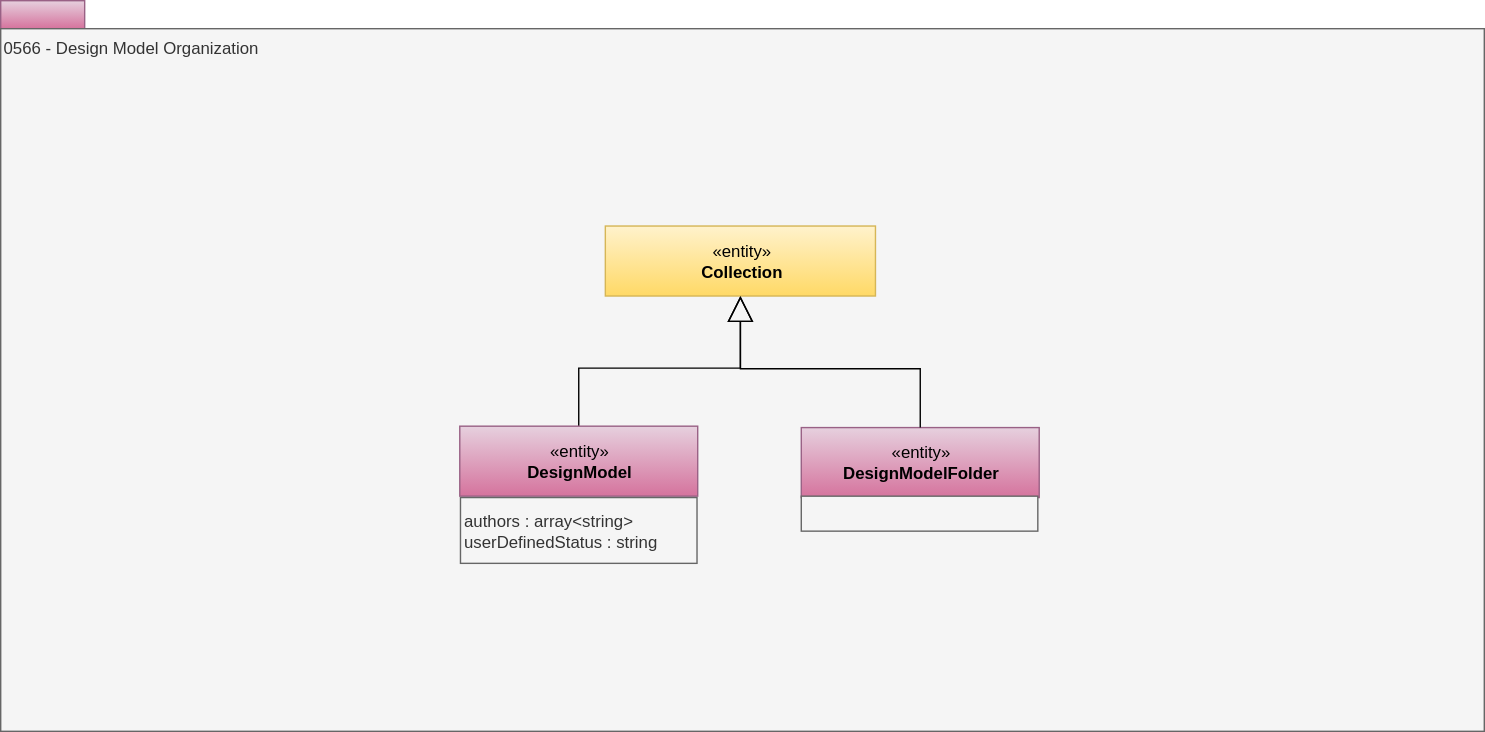
Earlier version of the draw.io export site/docs/types/5/0566-Design-Model-Organization.svg (odpi/egeria-docs). Source tidied: cells renumbered, new cells last; positions are measured from the earlier drawing's top-left corner, leaving out a move shared by most shapes.
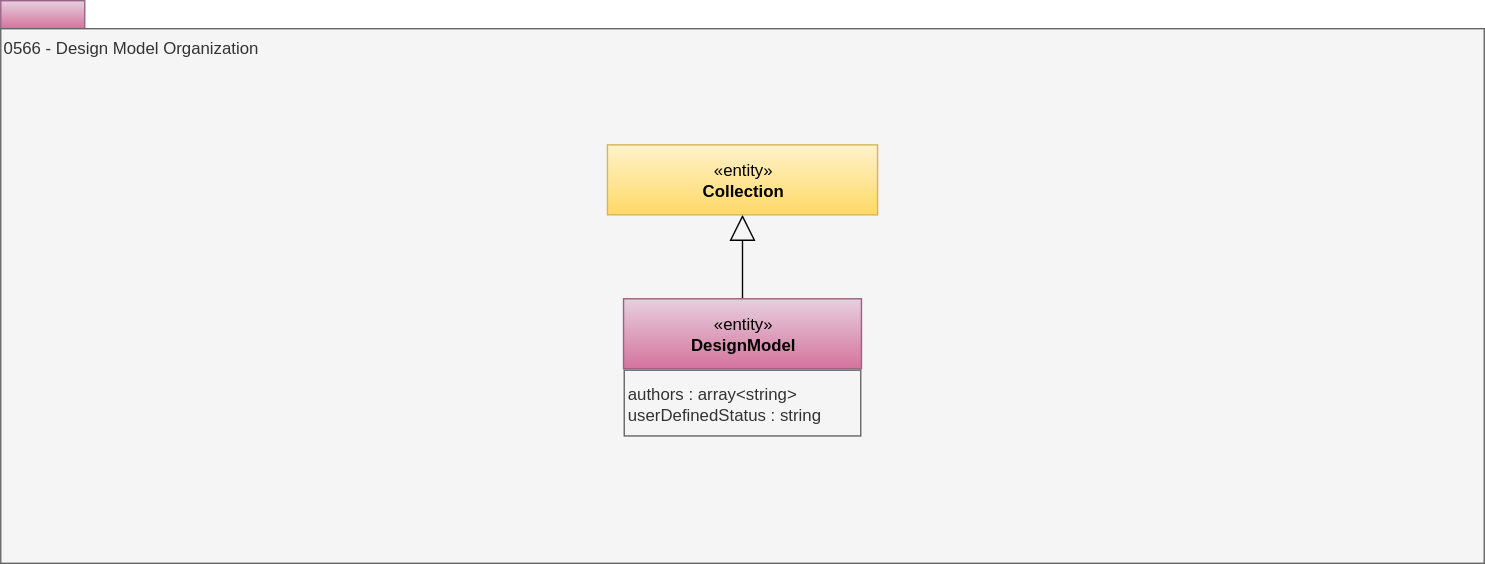
The same file after the commit.

Diff of the diagram source:
```diff
@@ -6,28 +6,19 @@
       <mxGeometry width="60" height="20" as="geometry" />
     </mxCell>
     <mxCell id="3" value="0566 - Design Model Organization" style="rounded=0;whiteSpace=wrap;html=1;align=left;verticalAlign=top;fillColor=#f5f5f5;fontColor=#333333;strokeColor=#666666;" parent="1" vertex="1">
-      <mxGeometry y="20" width="1060" height="502" as="geometry" />
+      <mxGeometry y="20" width="1060" height="382" as="geometry" />
     </mxCell>
-    <mxCell id="4" style="edgeStyle=orthogonalEdgeStyle;rounded=0;jettySize=auto;html=1;exitX=0.5;exitY=0;exitDx=0;exitDy=0;endArrow=block;endFill=0;endSize=16;" parent="1" edge="1" source="5" target="9">
+    <mxCell id="4" style="edgeStyle=orthogonalEdgeStyle;rounded=0;jettySize=auto;html=1;exitX=0.5;exitY=0;exitDx=0;exitDy=0;endArrow=block;endFill=0;endSize=16;" parent="1" edge="1" source="5" target="7">
       <mxGeometry relative="1" as="geometry" />
     </mxCell>
     <mxCell id="5" value="«entity»&lt;br&gt;&lt;b&gt;DesignModel&lt;/b&gt;" style="html=1;strokeColor=#996185;align=center;fillColor=#e6d0de;gradientColor=#d5739d;" parent="1" vertex="1">
-      <mxGeometry x="328" y="304" width="170" height="50" as="geometry" />
+      <mxGeometry x="445" y="213" width="170" height="50" as="geometry" />
     </mxCell>
     <mxCell id="6" value="authors : array&amp;lt;string&amp;gt;&lt;span&gt;&lt;br&gt;&lt;/span&gt;&lt;div&gt;userDefinedStatus : string&lt;/div&gt;" style="rounded=0;whiteSpace=wrap;html=1;strokeColor=#666666;align=left;fillColor=#f5f5f5;fontColor=#333333;" parent="1" vertex="1">
-      <mxGeometry x="328.5" y="355" width="169" height="47" as="geometry" />
+      <mxGeometry x="445.5" y="264" width="169" height="47" as="geometry" />
     </mxCell>
-    <mxCell id="7" value="«entity»&lt;br&gt;&lt;b&gt;DesignModelFolder&lt;/b&gt;" style="html=1;strokeColor=#996185;align=center;fillColor=#e6d0de;gradientColor=#d5739d;" parent="1" vertex="1">
-      <mxGeometry x="572" y="305" width="170" height="50" as="geometry" />
+    <mxCell id="7" value="«entity»&lt;br&gt;&lt;b&gt;Collection&lt;/b&gt;" style="html=1;strokeColor=#d6b656;align=center;fillColor=#fff2cc;gradientColor=#ffd966;" parent="1" vertex="1">
+      <mxGeometry x="433.5" y="103" width="193" height="50" as="geometry" />
     </mxCell>
-    <mxCell id="8" value="&lt;span&gt;&lt;br&gt;&lt;/span&gt;" style="rounded=0;whiteSpace=wrap;html=1;strokeColor=#666666;align=left;fillColor=#f5f5f5;fontColor=#333333;" parent="1" vertex="1">
-      <mxGeometry x="572" y="354" width="169" height="25" as="geometry" />
-    </mxCell>
-    <mxCell id="9" value="«entity»&lt;br&gt;&lt;b&gt;Collection&lt;/b&gt;" style="html=1;strokeColor=#d6b656;align=center;fillColor=#fff2cc;gradientColor=#ffd966;" parent="1" vertex="1">
-      <mxGeometry x="432" y="161" width="193" height="50" as="geometry" />
-    </mxCell>
-    <mxCell id="10" style="edgeStyle=orthogonalEdgeStyle;rounded=0;jettySize=auto;html=1;exitX=0.5;exitY=0;exitDx=0;exitDy=0;endArrow=block;endFill=0;endSize=16;entryX=0.5;entryY=1;entryDx=0;entryDy=0;" parent="1" edge="1" source="7" target="9">
-      <mxGeometry relative="1" as="geometry" />
-    </mxCell>
   </root>
 </mxGraphModel>
```
